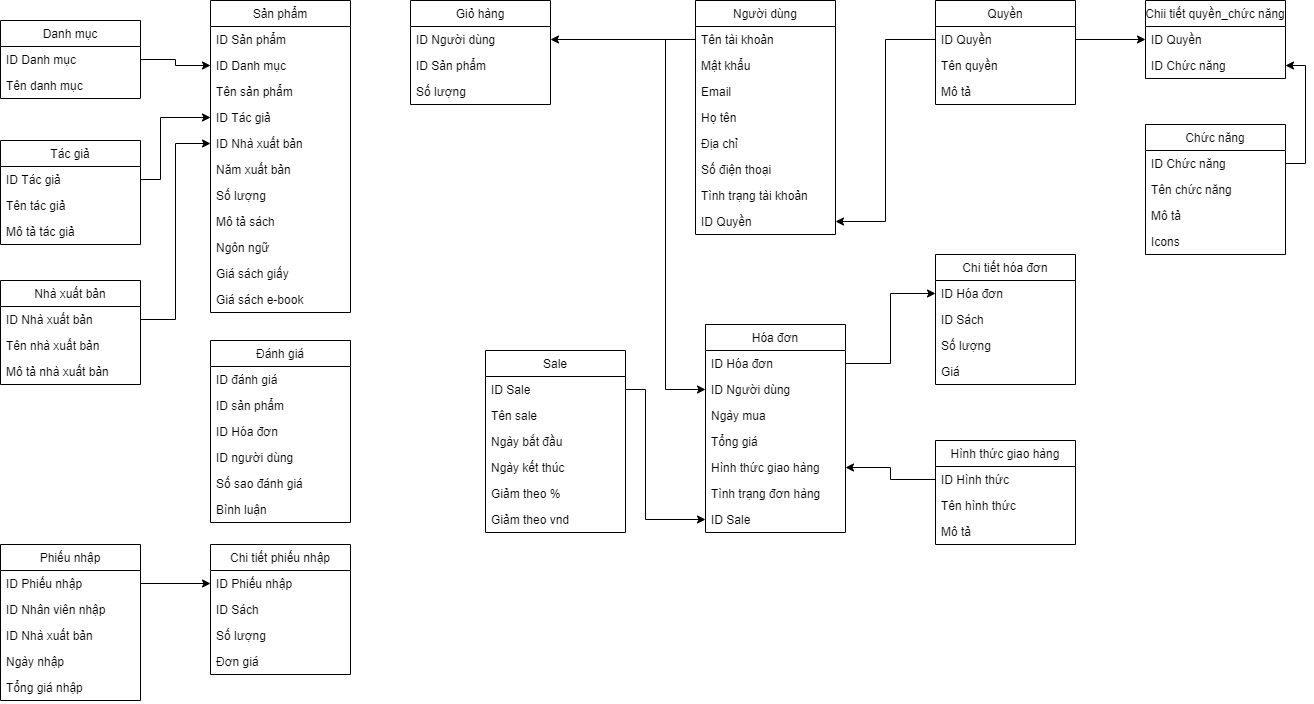
Before: data/db_diagram.png, a diagram exported from draw.io (KruLb01/book_store_online). Source tidied: cells renumbered, new cells last; positions are measured from the earlier drawing's top-left corner, leaving out a move shared by most shapes.
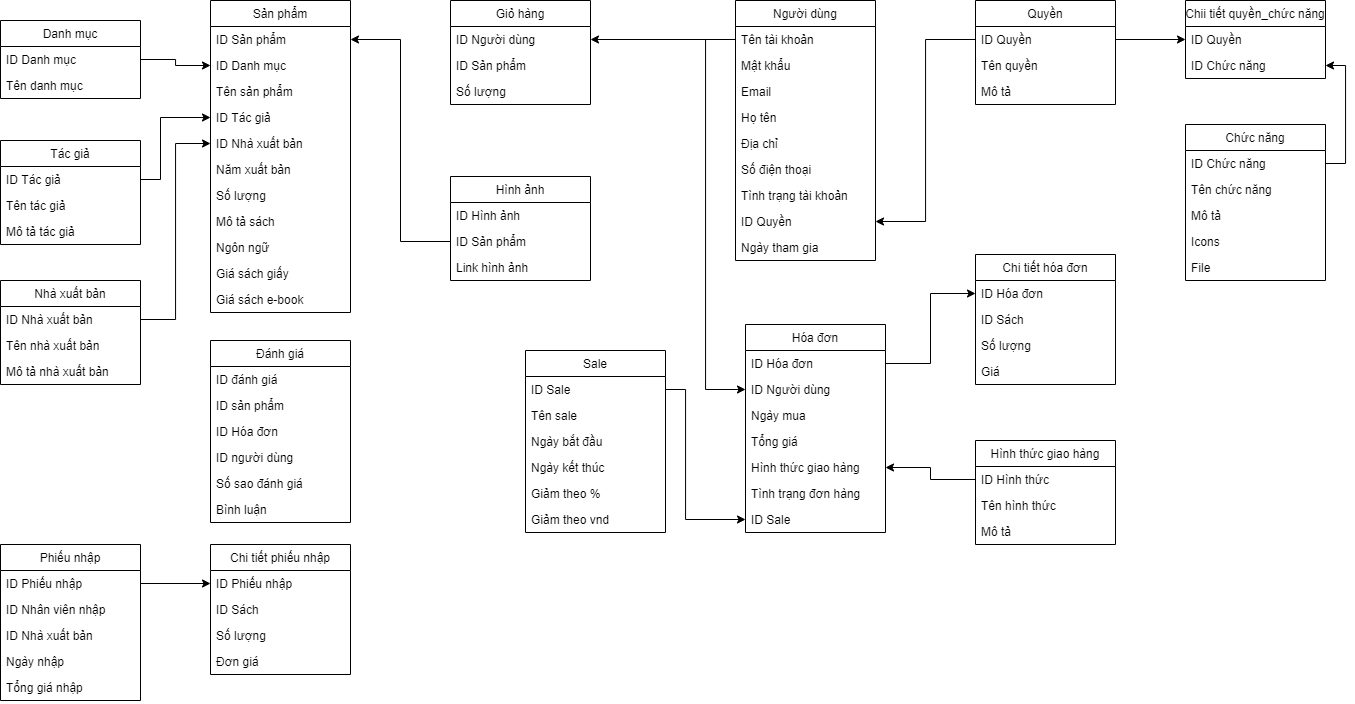
The same file after the commit.

Diff of the diagram source:
```diff
@@ -3,7 +3,7 @@
     <mxCell id="0" />
     <mxCell id="1" parent="0" />
     <mxCell id="2" value="Sản phẩm" style="swimlane;fontStyle=0;horizontal=1;startSize=26;" parent="1" vertex="1">
-      <mxGeometry x="210" width="140" height="312" as="geometry" />
+      <mxGeometry x="170" width="140" height="312" as="geometry" />
     </mxCell>
     <mxCell id="3" value="ID Sản phẩm" style="text;strokeColor=none;fillColor=none;align=left;verticalAlign=top;spacingLeft=4;spacingRight=4;overflow=hidden;points=[[0,0.5],[1,0.5]];portConstraint=eastwest;" parent="2" vertex="1">
       <mxGeometry y="26" width="140" height="26" as="geometry" />
@@ -39,7 +39,7 @@
       <mxGeometry y="286" width="140" height="26" as="geometry" />
     </mxCell>
     <mxCell id="14" value="Danh mục" style="swimlane;fontStyle=0;horizontal=1;startSize=26;" parent="1" vertex="1">
-      <mxGeometry y="20" width="140" height="78" as="geometry" />
+      <mxGeometry x="-40" y="20" width="140" height="78" as="geometry" />
     </mxCell>
     <mxCell id="15" value="ID Danh mục" style="text;strokeColor=none;fillColor=none;align=left;verticalAlign=top;spacingLeft=4;spacingRight=4;overflow=hidden;points=[[0,0.5],[1,0.5]];portConstraint=eastwest;" parent="14" vertex="1">
       <mxGeometry y="26" width="140" height="26" as="geometry" />
@@ -51,7 +51,7 @@
       <mxGeometry relative="1" as="geometry" />
     </mxCell>
     <mxCell id="18" value="Tác giả" style="swimlane;fontStyle=0;horizontal=1;startSize=26;" parent="1" vertex="1">
-      <mxGeometry y="140" width="140" height="104" as="geometry" />
+      <mxGeometry x="-40" y="140" width="140" height="104" as="geometry" />
     </mxCell>
     <mxCell id="19" value="ID Tác giả" style="text;strokeColor=none;fillColor=none;align=left;verticalAlign=top;spacingLeft=4;spacingRight=4;overflow=hidden;points=[[0,0.5],[1,0.5]];portConstraint=eastwest;" parent="18" vertex="1">
       <mxGeometry y="26" width="140" height="26" as="geometry" />
@@ -65,13 +65,13 @@
     <mxCell id="22" style="edgeStyle=orthogonalEdgeStyle;rounded=0;jettySize=auto;html=1;" parent="1" edge="1" source="19" target="6">
       <mxGeometry relative="1" as="geometry">
         <Array as="points">
-          <mxPoint x="160" y="179" />
-          <mxPoint x="160" y="117" />
+          <mxPoint x="120" y="179" />
+          <mxPoint x="120" y="117" />
         </Array>
       </mxGeometry>
     </mxCell>
     <mxCell id="23" value="Nhà xuất bản" style="swimlane;fontStyle=0;horizontal=1;startSize=26;" parent="1" vertex="1">
-      <mxGeometry y="280" width="140" height="104" as="geometry" />
+      <mxGeometry x="-40" y="280" width="140" height="104" as="geometry" />
     </mxCell>
     <mxCell id="24" value="ID Nhà xuất bản" style="text;strokeColor=none;fillColor=none;align=left;verticalAlign=top;spacingLeft=4;spacingRight=4;overflow=hidden;points=[[0,0.5],[1,0.5]];portConstraint=eastwest;" parent="23" vertex="1">
       <mxGeometry y="26" width="140" height="26" as="geometry" />
@@ -140,7 +140,7 @@
       <mxGeometry relative="1" as="geometry" />
     </mxCell>
     <mxCell id="46" value="Người dùng" style="swimlane;fontStyle=0;horizontal=1;startSize=26;" parent="1" vertex="1">
-      <mxGeometry x="695" width="140" height="234" as="geometry" />
+      <mxGeometry x="695" width="140" height="260" as="geometry" />
     </mxCell>
     <mxCell id="47" value="Tên tài khoản" style="text;strokeColor=none;fillColor=none;align=left;verticalAlign=top;spacingLeft=4;spacingRight=4;overflow=hidden;" parent="46" vertex="1">
       <mxGeometry y="26" width="140" height="26" as="geometry" />
@@ -166,6 +166,9 @@
     <mxCell id="54" value="ID Quyền" style="text;strokeColor=none;fillColor=none;align=left;verticalAlign=top;spacingLeft=4;spacingRight=4;overflow=hidden;points=[[0,0.5],[1,0.5]];portConstraint=eastwest;" parent="46" vertex="1">
       <mxGeometry y="208" width="140" height="26" as="geometry" />
     </mxCell>
+    <mxCell id="104" value="Ngày tham gia" style="text;strokeColor=none;fillColor=none;align=left;verticalAlign=top;spacingLeft=4;spacingRight=4;overflow=hidden;" parent="46" vertex="1">
+      <mxGeometry y="234" width="140" height="26" as="geometry" />
+    </mxCell>
     <mxCell id="55" style="edgeStyle=orthogonalEdgeStyle;rounded=0;jettySize=auto;html=1;" parent="1" edge="1" target="29">
       <mxGeometry relative="1" as="geometry">
         <mxPoint x="695" y="39" as="sourcePoint" />
@@ -193,7 +196,7 @@
       <mxGeometry y="78" width="140" height="26" as="geometry" />
     </mxCell>
     <mxCell id="61" value="Chức năng" style="swimlane;fontStyle=0;horizontal=1;startSize=26;" parent="1" vertex="1">
-      <mxGeometry x="1145" y="124" width="140" height="130" as="geometry" />
+      <mxGeometry x="1145" y="124" width="140" height="156" as="geometry" />
     </mxCell>
     <mxCell id="62" value="ID Chức năng" style="text;strokeColor=none;fillColor=none;align=left;verticalAlign=top;spacingLeft=4;spacingRight=4;overflow=hidden;points=[[0,0.5],[1,0.5]];portConstraint=eastwest;" parent="61" vertex="1">
       <mxGeometry y="26" width="140" height="26" as="geometry" />
@@ -207,6 +210,9 @@
     <mxCell id="65" value="Icons" style="text;strokeColor=none;fillColor=none;align=left;verticalAlign=top;spacingLeft=4;spacingRight=4;overflow=hidden;" parent="61" vertex="1">
       <mxGeometry y="104" width="140" height="26" as="geometry" />
     </mxCell>
+    <mxCell id="105" value="File" style="text;strokeColor=none;fillColor=none;align=left;verticalAlign=top;spacingLeft=4;spacingRight=4;overflow=hidden;" parent="61" vertex="1">
+      <mxGeometry y="130" width="140" height="26" as="geometry" />
+    </mxCell>
     <mxCell id="66" value="Chii tiết quyền_chức năng" style="swimlane;fontStyle=0;horizontal=1;startSize=26;" parent="1" vertex="1">
       <mxGeometry x="1145" width="140" height="78" as="geometry" />
     </mxCell>
@@ -240,7 +246,7 @@
       <mxGeometry y="78" width="140" height="26" as="geometry" />
     </mxCell>
     <mxCell id="75" value="Phiếu nhập" style="swimlane;fontStyle=0;horizontal=1;startSize=26;" parent="1" vertex="1">
-      <mxGeometry y="544" width="140" height="156" as="geometry" />
+      <mxGeometry x="-40" y="544" width="140" height="156" as="geometry" />
     </mxCell>
     <mxCell id="76" value="ID Phiếu nhập" style="text;strokeColor=none;fillColor=none;align=left;verticalAlign=top;spacingLeft=4;spacingRight=4;overflow=hidden;points=[[0,0.5],[1,0.5]];portConstraint=eastwest;" parent="75" vertex="1">
       <mxGeometry y="26" width="140" height="26" as="geometry" />
@@ -258,7 +264,7 @@
       <mxGeometry y="130" width="140" height="26" as="geometry" />
     </mxCell>
     <mxCell id="81" value="Chi tiết phiếu nhập" style="swimlane;fontStyle=0;horizontal=1;startSize=26;" parent="1" vertex="1">
-      <mxGeometry x="210" y="544" width="140" height="130" as="geometry" />
+      <mxGeometry x="170" y="544" width="140" height="130" as="geometry" />
     </mxCell>
     <mxCell id="82" value="ID Phiếu nhập" style="text;strokeColor=none;fillColor=none;align=left;verticalAlign=top;spacingLeft=4;spacingRight=4;overflow=hidden;points=[[0,0.5],[1,0.5]];portConstraint=eastwest;" parent="81" vertex="1">
       <mxGeometry y="26" width="140" height="26" as="geometry" />
@@ -297,7 +303,7 @@
       <mxGeometry y="156" width="140" height="26" as="geometry" />
     </mxCell>
     <mxCell id="94" value="Đánh giá" style="swimlane;fontStyle=0;horizontal=1;startSize=26;" parent="1" vertex="1">
-      <mxGeometry x="210" y="340" width="140" height="182" as="geometry" />
+      <mxGeometry x="170" y="340" width="140" height="182" as="geometry" />
     </mxCell>
     <mxCell id="95" value="ID đánh giá" style="text;strokeColor=none;fillColor=none;align=left;verticalAlign=top;spacingLeft=4;spacingRight=4;overflow=hidden;" parent="94" vertex="1">
       <mxGeometry y="26" width="140" height="26" as="geometry" />
@@ -331,5 +337,20 @@
     <mxCell id="103" style="edgeStyle=orthogonalEdgeStyle;rounded=0;jettySize=auto;html=1;entryX=1;entryY=0.5;entryDx=0;entryDy=0;" parent="1" edge="1" source="58" target="54">
       <mxGeometry relative="1" as="geometry" />
     </mxCell>
+    <mxCell id="106" value="Hình ảnh" style="swimlane;fontStyle=0;horizontal=1;startSize=26;" parent="1" vertex="1">
+      <mxGeometry x="410" y="176" width="140" height="104" as="geometry" />
+    </mxCell>
+    <mxCell id="107" value="ID Hình ảnh" style="text;strokeColor=none;fillColor=none;align=left;verticalAlign=top;spacingLeft=4;spacingRight=4;overflow=hidden;" parent="106" vertex="1">
+      <mxGeometry y="26" width="140" height="26" as="geometry" />
+    </mxCell>
+    <mxCell id="108" value="ID Sản phẩm" style="text;strokeColor=none;fillColor=none;align=left;verticalAlign=top;spacingLeft=4;spacingRight=4;overflow=hidden;points=[[0,0.5],[1,0.5]];portConstraint=eastwest;" parent="106" vertex="1">
+      <mxGeometry y="52" width="140" height="26" as="geometry" />
+    </mxCell>
+    <mxCell id="109" value="Link hình ảnh" style="text;strokeColor=none;fillColor=none;align=left;verticalAlign=top;spacingLeft=4;spacingRight=4;overflow=hidden;" parent="106" vertex="1">
+      <mxGeometry y="78" width="140" height="26" as="geometry" />
+    </mxCell>
+    <mxCell id="110" style="edgeStyle=orthogonalEdgeStyle;rounded=0;jettySize=auto;html=1;" parent="1" edge="1" source="108" target="3">
+      <mxGeometry relative="1" as="geometry" />
+    </mxCell>
   </root>
 </mxGraphModel>
```
